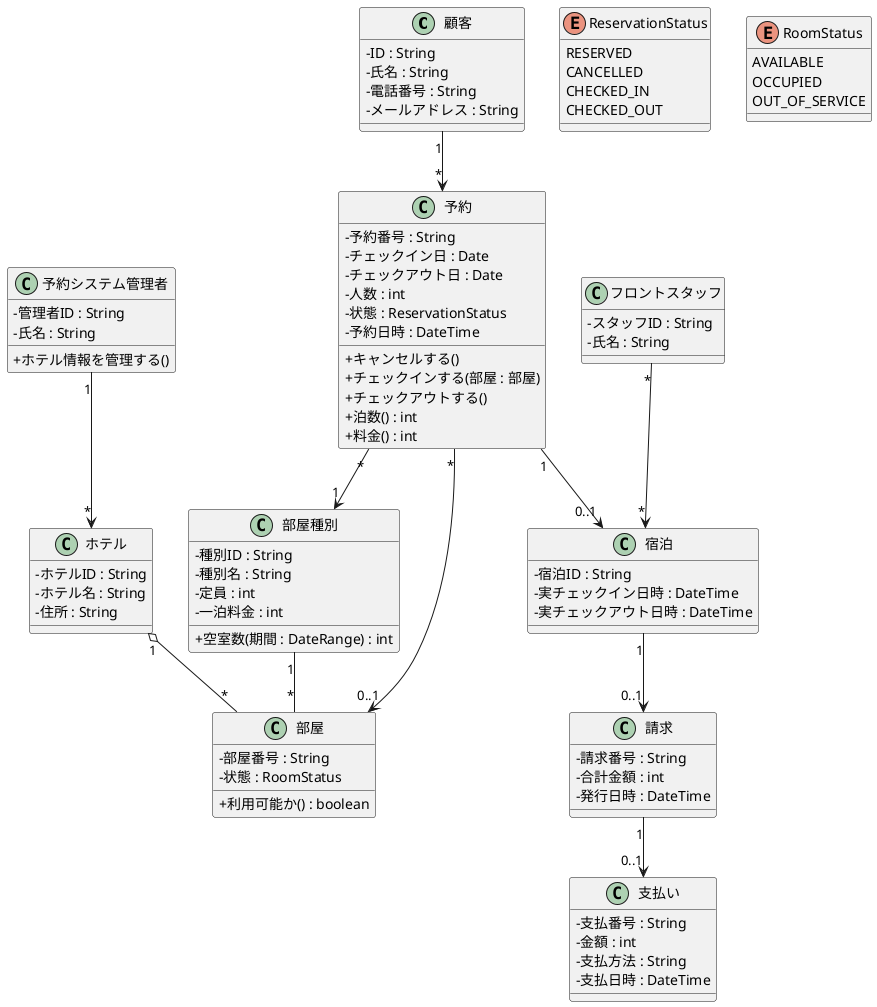
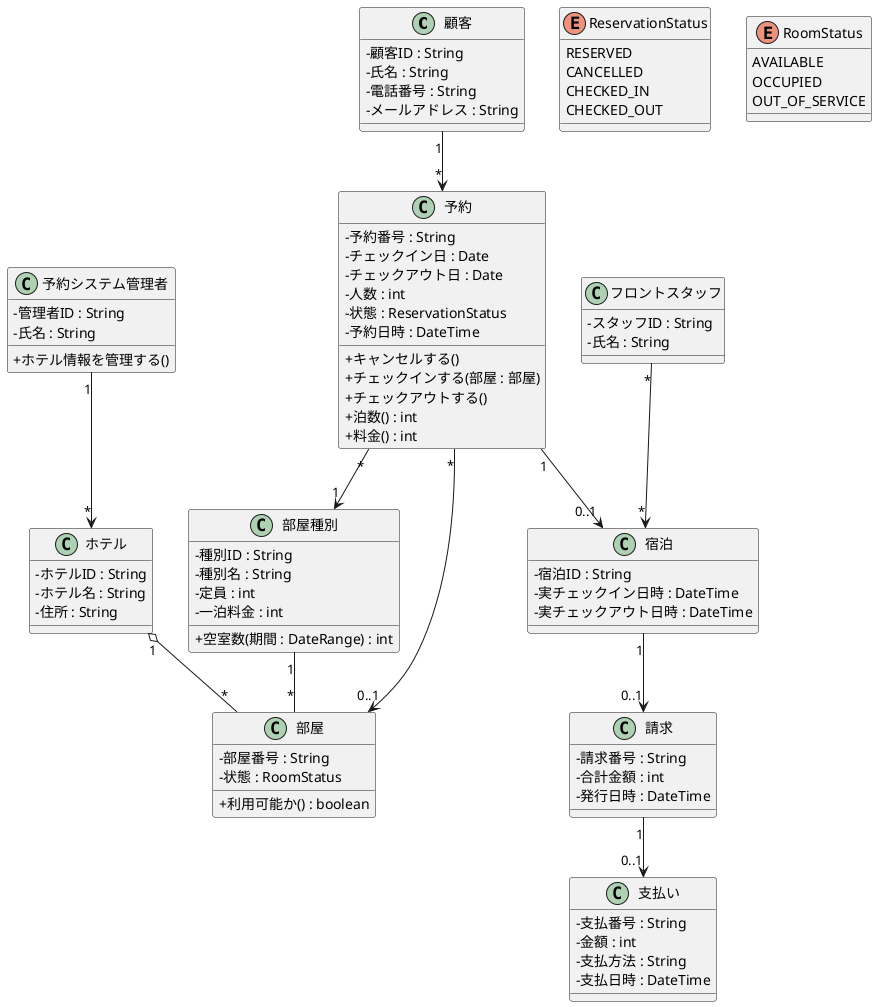
@startuml
skinparam classAttributeIconSize 0

class 顧客 {
-   - ID : String
+   - 顧客ID : String
  - 氏名 : String
  - 電話番号 : String
  - メールアドレス : String
}

class 予約システム管理者 {
  - 管理者ID : String
  - 氏名 : String

  + ホテル情報を管理する()
}

class フロントスタッフ {
  - スタッフID : String
  - 氏名 : String
}

class ホテル {
  - ホテルID : String
  - ホテル名 : String
  - 住所 : String
}

class 部屋種別 {
  - 種別ID : String
  - 種別名 : String
  - 定員 : int
  - 一泊料金 : int
  + 空室数(期間 : DateRange) : int
}

class 部屋 {
  - 部屋番号 : String
  - 状態 : RoomStatus
  + 利用可能か() : boolean
}

class 予約 {
  - 予約番号 : String
  - チェックイン日 : Date
  - チェックアウト日 : Date
  - 人数 : int
  - 状態 : ReservationStatus
  - 予約日時 : DateTime
  + キャンセルする()
  + チェックインする(部屋 : 部屋)
  + チェックアウトする()
  + 泊数() : int
  + 料金() : int
}

class 宿泊 {
  - 宿泊ID : String
  - 実チェックイン日時 : DateTime
  - 実チェックアウト日時 : DateTime
}

class 請求 {
  - 請求番号 : String
  - 合計金額 : int
  - 発行日時 : DateTime
}

class 支払い {
  - 支払番号 : String
  - 金額 : int
  - 支払方法 : String
  - 支払日時 : DateTime
}

enum ReservationStatus {
  RESERVED
  CANCELLED
  CHECKED_IN
  CHECKED_OUT
}

enum RoomStatus {
  AVAILABLE
  OCCUPIED
  OUT_OF_SERVICE
}

ホテル      "1"    o-- "*"    部屋
部屋種別    "1"    --  "*"    部屋
顧客        "1"    --> "*"    予約
予約        "*"    --> "1"    部屋種別
予約        "*"    --> "0..1" 部屋
予約        "1"    --> "0..1" 宿泊
宿泊        "1"    --> "0..1" 請求
請求        "1"    --> "0..1" 支払い
予約システム管理者 "1" --> "*" ホテル
フロントスタッフ "*" --> "*" 宿泊
@enduml
